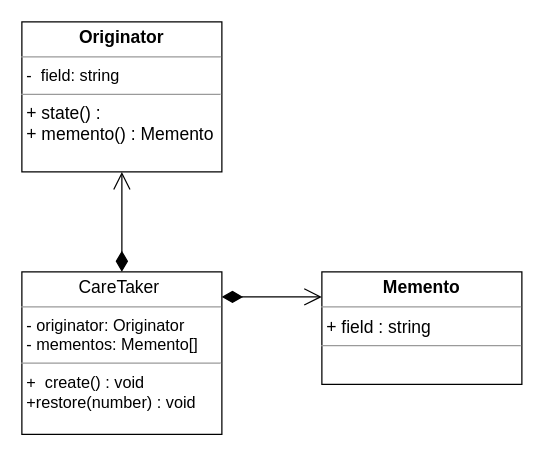
This is behavioral/memento/memento.drawio from MaksShadows/Patterns, a draw.io file, before an edit. Source tidied: cells renumbered, new cells numbered last; positions are measured from the earlier drawing's top-left corner, leaving out a move shared by most shapes. Both pictures are drawn from the tidied source at 125%, with x=0, y=0 at pixel (21, 21).
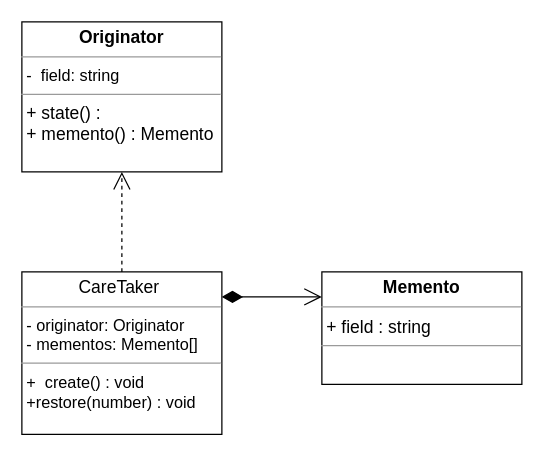
The same diagram, later.

Change to the diagram source:
```diff
@@
 <mxGraphModel>
   <root>
     <mxCell id="0" />
     <mxCell id="1" parent="0" />
     <mxCell id="2" value="&lt;p style=&quot;margin: 4px 0px 0px ; text-align: center ; font-size: 14px&quot;&gt;&lt;font style=&quot;font-size: 14px&quot;&gt;&lt;b&gt;Memento&lt;/b&gt;&lt;br&gt;&lt;/font&gt;&lt;/p&gt;&lt;hr size=&quot;1&quot; style=&quot;font-size: 14px&quot;&gt;&lt;p style=&quot;margin: 0px ; margin-left: 4px&quot;&gt;&lt;span style=&quot;font-size: 14px&quot;&gt;+ field : string&lt;/span&gt;&lt;br&gt;&lt;/p&gt;&lt;hr size=&quot;1&quot;&gt;&lt;p style=&quot;margin: 0px ; margin-left: 4px&quot;&gt;&lt;br&gt;&lt;/p&gt;" style="verticalAlign=top;align=left;overflow=fill;fontSize=12;fontFamily=Helvetica;html=1;" parent="1" vertex="1">
       <mxGeometry x="240" y="200" width="160" height="90" as="geometry" />
     </mxCell>
     <mxCell id="3" value="&lt;p style=&quot;margin: 4px 0px 0px ; text-align: center ; font-size: 14px&quot;&gt;&lt;font style=&quot;font-size: 14px&quot;&gt;CareTaker&amp;nbsp;&lt;br&gt;&lt;/font&gt;&lt;/p&gt;&lt;hr size=&quot;1&quot; style=&quot;font-size: 14px&quot;&gt;&lt;p style=&quot;margin: 0px 0px 0px 4px ; font-size: 13px&quot;&gt;&lt;font style=&quot;font-size: 13px&quot;&gt;- originator: Originator&lt;/font&gt;&lt;/p&gt;&lt;p style=&quot;margin: 0px 0px 0px 4px ; font-size: 13px&quot;&gt;&lt;font style=&quot;font-size: 13px&quot;&gt;- mementos: Memento[]&lt;/font&gt;&lt;/p&gt;&lt;hr size=&quot;1&quot; style=&quot;font-size: 13px&quot;&gt;&lt;p style=&quot;margin: 0px 0px 0px 4px ; font-size: 13px&quot;&gt;&lt;font style=&quot;font-size: 13px&quot;&gt;+&amp;nbsp;&amp;nbsp;create() : void&lt;/font&gt;&lt;/p&gt;&lt;p style=&quot;margin: 0px 0px 0px 4px ; font-size: 13px&quot;&gt;&lt;font style=&quot;font-size: 13px&quot;&gt;+restore(number) : void&lt;/font&gt;&lt;/p&gt;" style="verticalAlign=top;align=left;overflow=fill;fontSize=12;fontFamily=Helvetica;html=1;" parent="1" vertex="1">
       <mxGeometry y="200" width="160" height="130" as="geometry" />
     </mxCell>
     <mxCell id="4" value="&lt;p style=&quot;margin: 4px 0px 0px ; text-align: center ; font-size: 14px&quot;&gt;&lt;font style=&quot;font-size: 14px&quot;&gt;&lt;b&gt;Originator&lt;/b&gt;&lt;br&gt;&lt;/font&gt;&lt;/p&gt;&lt;hr size=&quot;1&quot; style=&quot;font-size: 14px&quot;&gt;&lt;p style=&quot;margin: 0px 0px 0px 4px ; font-size: 13px&quot;&gt;&lt;font style=&quot;font-size: 13px&quot;&gt;-&amp;nbsp; field: string&lt;/font&gt;&lt;/p&gt;&lt;hr size=&quot;1&quot; style=&quot;font-size: 13px&quot;&gt;&lt;p style=&quot;margin: 0px 0px 0px 4px ; font-size: 14px&quot;&gt;&lt;font style=&quot;font-size: 14px&quot;&gt;+ state() :&amp;nbsp;&lt;/font&gt;&lt;/p&gt;&lt;p style=&quot;margin: 0px 0px 0px 4px ; font-size: 14px&quot;&gt;&lt;font style=&quot;font-size: 14px&quot;&gt;+ memento() : Memento&lt;/font&gt;&lt;/p&gt;" style="verticalAlign=top;align=left;overflow=fill;fontSize=12;fontFamily=Helvetica;html=1;" parent="1" vertex="1">
       <mxGeometry width="160" height="120" as="geometry" />
     </mxCell>
     <mxCell id="5" style="endArrow=open;html=1;endSize=12;startArrow=diamondThin;startSize=14;startFill=1;edgeStyle=orthogonalEdgeStyle;align=left;verticalAlign=bottom;" parent="1" edge="1">
       <mxGeometry x="-0.75" y="60" relative="1" as="geometry">
         <mxPoint x="160" y="220" as="sourcePoint" />
         <mxPoint x="240" y="220" as="targetPoint" />
       </mxGeometry>
     </mxCell>
-    <mxCell id="6" style="endArrow=open;html=1;endSize=12;startArrow=diamondThin;startSize=14;startFill=1;edgeStyle=orthogonalEdgeStyle;align=left;verticalAlign=bottom;exitX=0.5;exitY=0;exitDx=0;exitDy=0;entryX=0.5;entryY=1;entryDx=0;entryDy=0;" parent="1" edge="1" source="3" target="4">
-      <mxGeometry x="1" y="85" relative="1" as="geometry">
-        <mxPoint x="80" y="55" as="offset" />
-      </mxGeometry>
+    <mxCell id="6" style="endArrow=open;endSize=12;dashed=1;html=1;exitX=0.5;exitY=0;exitDx=0;exitDy=0;entryX=0.5;entryY=1;entryDx=0;entryDy=0;" parent="1" edge="1" source="3" target="4">
+      <mxGeometry y="50" relative="1" as="geometry" />
     </mxCell>
   </root>
 </mxGraphModel>
```
